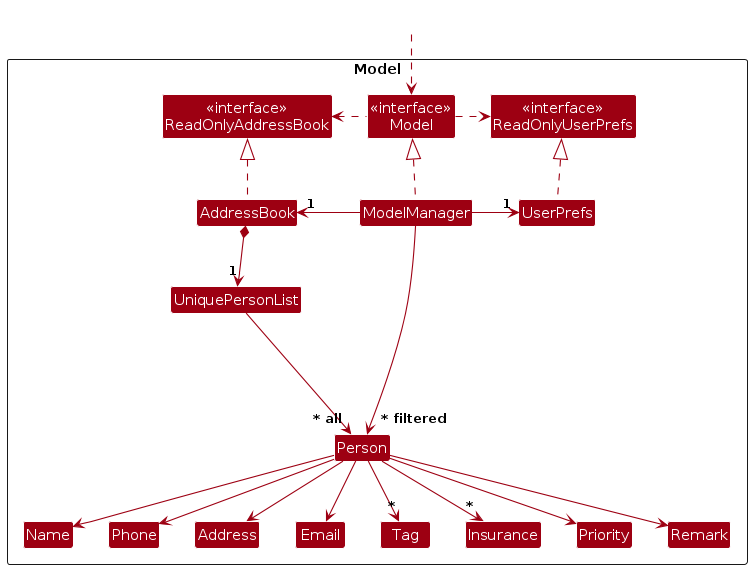
The PlantUML diagram diagrams/ModelClassDiagram.png in yucongkoo/tp, before a commit. Its source is kept beside it as diagrams/ModelClassDiagram.puml. The source it was exported from:
```plantuml
@startuml
!include style.puml
skinparam arrowThickness 1.1
skinparam arrowColor MODEL_COLOR
skinparam classBackgroundColor MODEL_COLOR

Package Model as ModelPackage <<Rectangle>>{
Class "<<interface>>\nReadOnlyAddressBook" as ReadOnlyAddressBook
Class "<<interface>>\nReadOnlyUserPrefs" as ReadOnlyUserPrefs
Class "<<interface>>\nModel" as Model
Class AddressBook
Class ModelManager
Class UserPrefs

Class UniquePersonList
Class Person
Class Address
Class Email
Class Name
Class Phone
Class Tag
Class Insurance
Class Priority
Class Insurance
Class Remark

Class I #FFFFFF
}

Class HiddenOutside #FFFFFF
HiddenOutside ..> Model

AddressBook .up.|> ReadOnlyAddressBook

ModelManager .up.|> Model
Model .right.> ReadOnlyUserPrefs
Model .left.> ReadOnlyAddressBook
ModelManager -left-> "1" AddressBook
ModelManager -right-> "1" UserPrefs
UserPrefs .up.|> ReadOnlyUserPrefs

AddressBook *--> "1" UniquePersonList
UniquePersonList --> "~* all" Person
Person --> Name
Person --> Phone
Person --> Email
Person --> Address
Person --> Priority
Person --> Remark
Person --> "*" Tag
Person --> "*" Insurance

Person -[hidden]up--> I
UniquePersonList -[hidden]right-> I

Name -[hidden]right-> Phone
Phone -[hidden]right-> Address
Address -[hidden]right-> Email


ModelManager --> "~* filtered" Person
@enduml
```
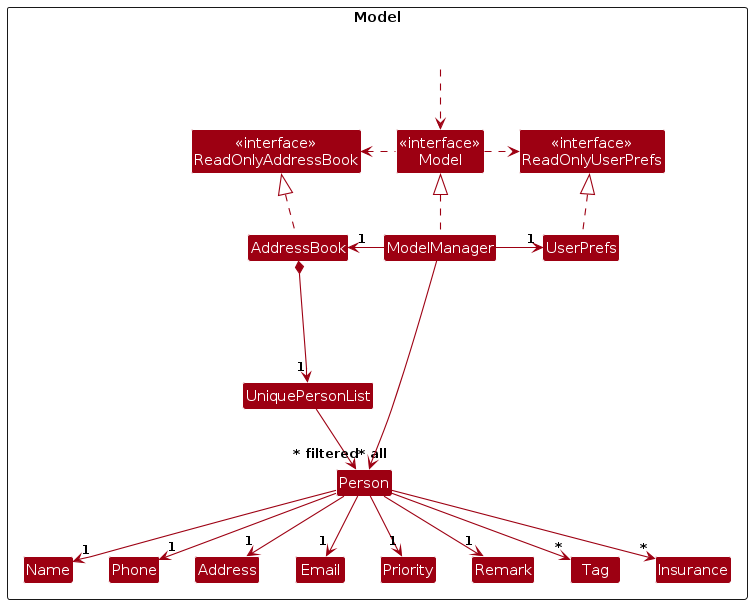
The same file after the commit.

Diff of the diagram source:
```diff
@@ -24,9 +24,6 @@
 Class Insurance
 Class Remark
 
-Class I #FFFFFF
-}
-
 Class HiddenOutside #FFFFFF
 HiddenOutside ..> Model
 
@@ -40,23 +37,21 @@
 UserPrefs .up.|> ReadOnlyUserPrefs
 
 AddressBook *--> "1" UniquePersonList
-UniquePersonList --> "~* all" Person
-Person --> Name
-Person --> Phone
-Person --> Email
-Person --> Address
-Person --> Priority
-Person --> Remark
+UniquePersonList -right-> "~* all" Person
+Person --> "1" Name
+Person --> "1" Phone
+Person --> "1" Email
+Person --> "1" Address
+Person --> "1" Priority
+Person --> "1" Remark
 Person --> "*" Tag
 Person --> "*" Insurance
-
-Person -[hidden]up--> I
-UniquePersonList -[hidden]right-> I
 
 Name -[hidden]right-> Phone
 Phone -[hidden]right-> Address
 Address -[hidden]right-> Email
+Email -[hidden]right-> Priority
+Priority -[hidden]right-> Remark
 
-
-ModelManager --> "~* filtered" Person
+ModelManager ----> "~* filtered" Person
 @enduml
```
